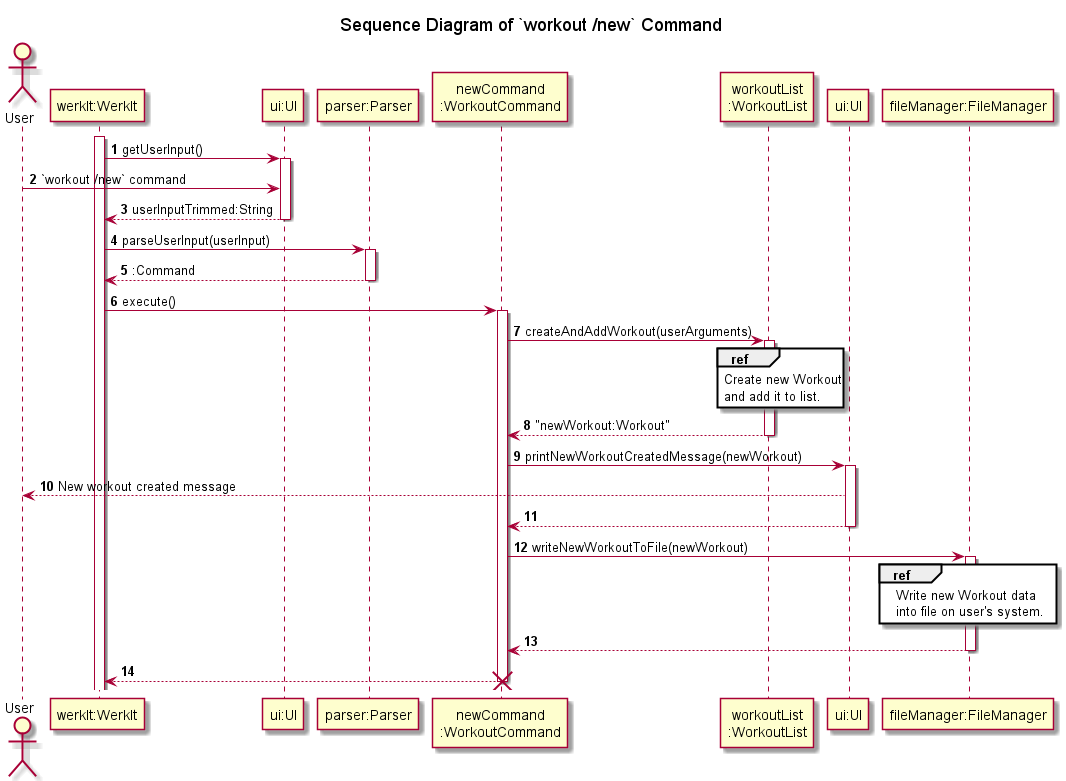
This is docs/uml/sequenceDiagrams/workouts/images/CreateWorkout.png from nus-cs2113-AY2122S2/tp, a PlantUML export, as it was before one commit. Source of this version:
```plantuml
@startuml
!include ../Style.puml

autonumber

title Sequence Diagram of `workout /new` Command

actor   User
participant "werkIt:WerkIt" AS WerkIt
participant "ui:UI" AS UI1
participant "parser:Parser" AS Parser
participant "newCommand\n:WorkoutCommand" AS newCommand
participant "workoutList\n:WorkoutList" AS WorkoutList
participant "ui:UI" AS UI2
participant "fileManager:FileManager" as FileManager

activate WerkIt
WerkIt -> UI1 : getUserInput()
activate UI1
User -> UI1 : `workout /new` command
WerkIt <-- UI1 : userInputTrimmed:String
deactivate UI1

WerkIt -> Parser : parseUserInput(userInput)
activate Parser
WerkIt <-- Parser : :Command
deactivate Parser

WerkIt -> newCommand : execute()
activate newCommand
newCommand -> WorkoutList : createAndAddWorkout(userArguments)
activate WorkoutList
ref over WorkoutList
Create new Workout
and add it to list.
end
newCommand <-- WorkoutList : "newWorkout:Workout"
deactivate WorkoutList

newCommand -> UI2 : printNewWorkoutCreatedMessage(newWorkout)
activate UI2
User <-- UI2 : New workout created message
newCommand <-- UI2
deactivate UI2

newCommand -> FileManager : writeNewWorkoutToFile(newWorkout)
activate FileManager
ref over FileManager
Write new Workout data
into file on user's system.
end
newCommand <-- FileManager
deactivate FileManager

WerkIt <-- newCommand
deactivate newCommand

destroy newCommand
@enduml
```
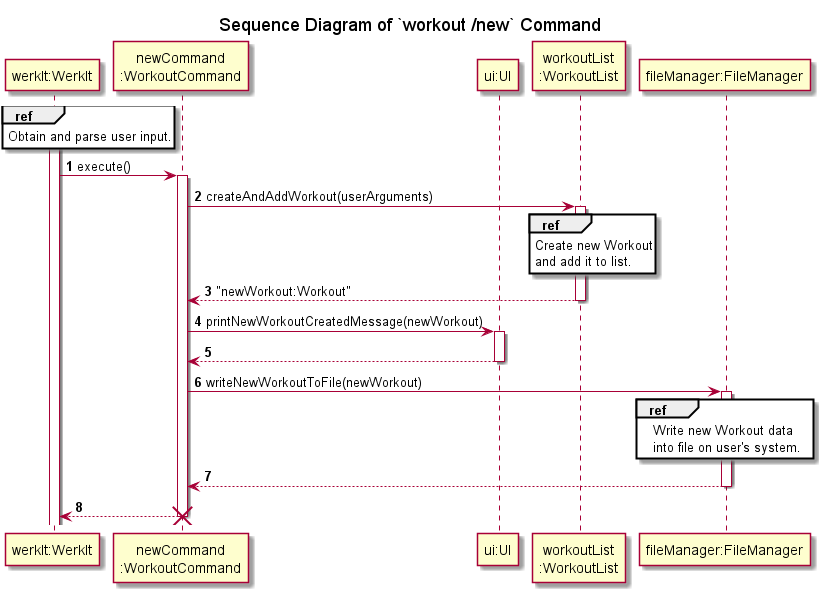
After the commit.

Commit message:
Simplify sequence diagrams for `workout /new` command

Diff of the diagram source:
```diff
@@ -1,30 +1,21 @@
 @startuml
-!include ../Style.puml
+!include ../../Style.puml
 
 autonumber
 
 title Sequence Diagram of `workout /new` Command
 
-actor   User
 participant "werkIt:WerkIt" AS WerkIt
-participant "ui:UI" AS UI1
-participant "parser:Parser" AS Parser
 participant "newCommand\n:WorkoutCommand" AS newCommand
+participant "ui:UI" as UI
 participant "workoutList\n:WorkoutList" AS WorkoutList
-participant "ui:UI" AS UI2
 participant "fileManager:FileManager" as FileManager
 
 activate WerkIt
-WerkIt -> UI1 : getUserInput()
-activate UI1
-User -> UI1 : `workout /new` command
-WerkIt <-- UI1 : userInputTrimmed:String
-deactivate UI1
 
-WerkIt -> Parser : parseUserInput(userInput)
-activate Parser
-WerkIt <-- Parser : :Command
-deactivate Parser
+ref over WerkIt
+Obtain and parse user input.
+end
 
 WerkIt -> newCommand : execute()
 activate newCommand
@@ -37,11 +28,9 @@
 newCommand <-- WorkoutList : "newWorkout:Workout"
 deactivate WorkoutList
 
-newCommand -> UI2 : printNewWorkoutCreatedMessage(newWorkout)
-activate UI2
-User <-- UI2 : New workout created message
-newCommand <-- UI2
-deactivate UI2
+newCommand -> UI : printNewWorkoutCreatedMessage(newWorkout)
+activate UI
+return
 
 newCommand -> FileManager : writeNewWorkoutToFile(newWorkout)
 activate FileManager
```
